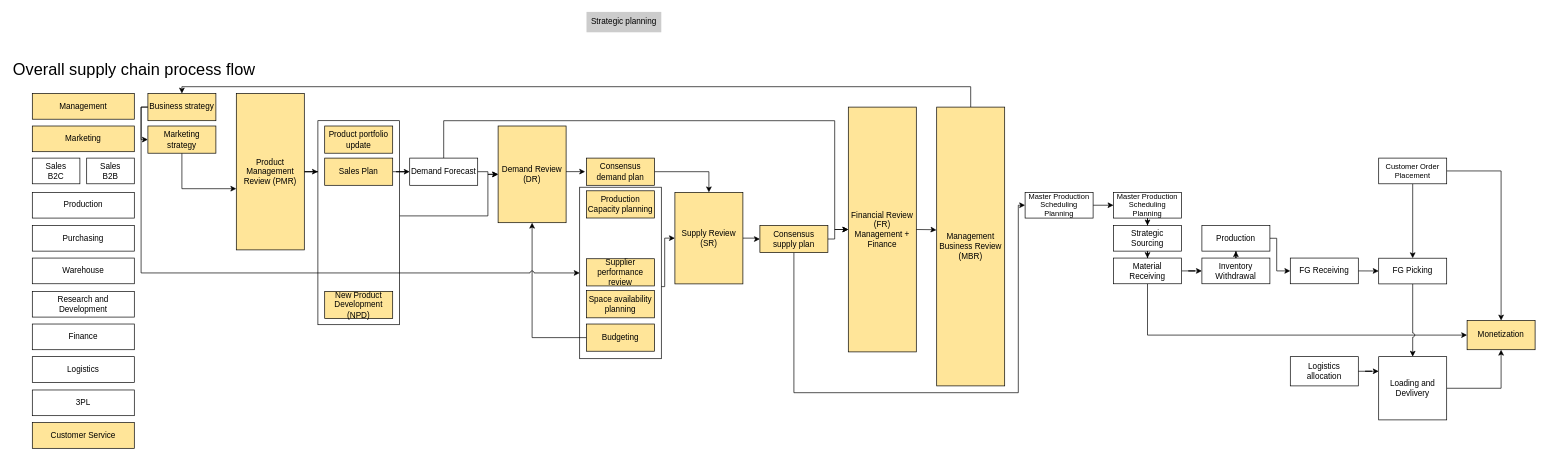
Above: page "Copy of Overall flow" (2 of 15) of E2E.drawio in pkppm-dev/Roy-s (draw.io), before the change. Source tidied: cells renumbered, new cells numbered last; positions are measured from the earlier drawing's top-left corner, leaving out a move shared by most shapes. Both pictures are drawn from the tidied source at 68%, with x=0, y=0 at pixel (12, 12).
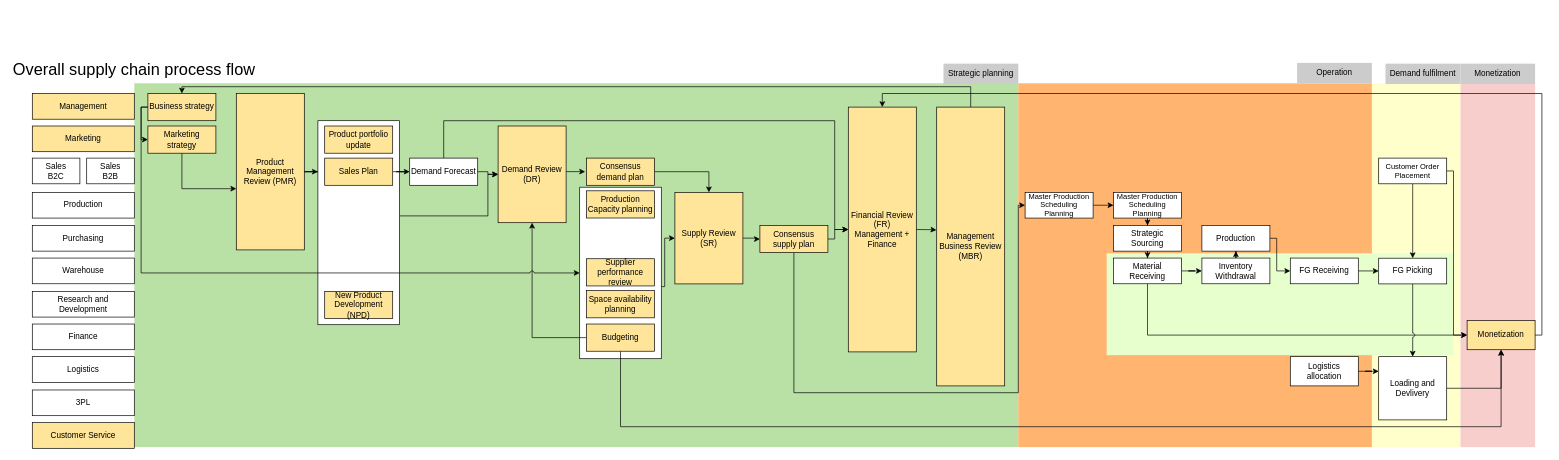
The same page after the edit.

The change refers to these unchanged cells:
```xml
<mxCell id="22" value="Budgeting" style="whiteSpace=wrap;html=1;rounded=0;strokeColor=default;align=center;verticalAlign=middle;fontFamily=Helvetica;fontSize=12;fontColor=default;fillColor=#FFE599;" parent="1" vertex="1">
  <mxGeometry x="845" y="459" width="100" height="40" as="geometry" />
</mxCell>
<mxCell id="29" value="Financial Review (FR)&lt;div&gt;Management + Finance&lt;/div&gt;" style="whiteSpace=wrap;html=1;rounded=0;strokeColor=default;align=center;verticalAlign=middle;fontFamily=Helvetica;fontSize=12;fontColor=default;fillColor=#FFE599;" parent="1" vertex="1">
  <mxGeometry x="1230" y="140" width="100" height="360" as="geometry" />
</mxCell>
<mxCell id="71" value="Customer Order Placement" style="whiteSpace=wrap;html=1;rounded=0;fillColor=#FFFFFF;fontSize=11;" parent="1" vertex="1">
  <mxGeometry x="2010" y="215" width="100" height="37.8" as="geometry" />
</mxCell>
<mxCell id="76" value="Monetization" style="whiteSpace=wrap;html=1;rounded=0;fillColor=#FFE599;" parent="1" vertex="1">
  <mxGeometry x="2140" y="453.8" width="100" height="43" as="geometry" />
</mxCell>
```

Change to the diagram source:
```diff
@@
+    <mxCell id="77" style="whiteSpace=wrap;html=1;rounded=0;fillColor=#B9E0A5;strokeColor=none;" parent="1" vertex="1">
+      <mxGeometry x="180" y="105" width="1300" height="535" as="geometry" />
+    </mxCell>
+    <mxCell id="78" style="whiteSpace=wrap;html=1;rounded=0;fillColor=#f8cecc;strokeColor=none;" parent="1" vertex="1">
+      <mxGeometry x="2130" y="106.1" width="110" height="533.9" as="geometry" />
+    </mxCell>
+    <mxCell id="79" style="whiteSpace=wrap;html=1;rounded=0;fillColor=#FFFFCC;strokeColor=none;" parent="1" vertex="1">
+      <mxGeometry x="2000" y="105" width="130" height="535" as="geometry" />
+    </mxCell>
+    <mxCell id="80" style="whiteSpace=wrap;html=1;rounded=0;fillColor=#FFB570;strokeColor=none;" parent="1" vertex="1">
+      <mxGeometry x="1480" y="105" width="520" height="535" as="geometry" />
+    </mxCell>
+    <mxCell id="81" style="whiteSpace=wrap;html=1;rounded=0;fillColor=#E6FFCC;strokeColor=none;" parent="1" vertex="1">
+      <mxGeometry x="1610" y="355" width="510" height="149.8" as="geometry" />
+    </mxCell>
@@
     <mxCell id="17" value="Strategic planning" style="text;html=1;align=center;verticalAlign=middle;whiteSpace=wrap;rounded=0;fontFamily=Helvetica;fontSize=12;fontColor=default;fillColor=#CCCCCC;" parent="1" vertex="1">
-      <mxGeometry x="845" width="110" height="30" as="geometry" />
+      <mxGeometry x="1370" y="76.1" width="110" height="30" as="geometry" />
     </mxCell>
@@
+    <mxCell id="82" style="edgeStyle=orthogonalEdgeStyle;rounded=0;jettySize=auto;html=1;entryX=0.5;entryY=1;entryDx=0;entryDy=0;" parent="1" edge="1" source="22" target="76">
+      <mxGeometry relative="1" as="geometry">
+        <Array as="points">
+          <mxPoint x="895" y="610" />
+          <mxPoint x="2190" y="610" />
+        </Array>
+      </mxGeometry>
+    </mxCell>
@@
-    <mxCell id="70" style="edgeStyle=orthogonalEdgeStyle;shape=connector;rounded=0;jumpStyle=arc;jettySize=auto;html=1;entryX=0.5;entryY=0;entryDx=0;entryDy=0;strokeColor=default;align=center;verticalAlign=middle;fontFamily=Helvetica;fontSize=11;fontColor=default;labelBackgroundColor=default;endArrow=classic;" parent="1" edge="1" source="71" target="76">
-      <mxGeometry relative="1" as="geometry" />
+    <mxCell id="70" style="edgeStyle=orthogonalEdgeStyle;shape=connector;rounded=0;jumpStyle=arc;jettySize=auto;html=1;entryX=0;entryY=0.5;entryDx=0;entryDy=0;strokeColor=default;align=center;verticalAlign=middle;fontFamily=Helvetica;fontSize=11;fontColor=default;labelBackgroundColor=default;endArrow=classic;" parent="1" edge="1" source="71" target="76">
+      <mxGeometry relative="1" as="geometry">
+        <Array as="points">
+          <mxPoint x="2120" y="234" />
+          <mxPoint x="2120" y="475" />
+        </Array>
+      </mxGeometry>
     </mxCell>
@@
+    <mxCell id="83" style="edgeStyle=orthogonalEdgeStyle;rounded=0;jettySize=auto;html=1;entryX=0.5;entryY=0;entryDx=0;entryDy=0;" parent="1" edge="1" source="76" target="29">
+      <mxGeometry relative="1" as="geometry">
+        <Array as="points">
+          <mxPoint x="2250" y="475" />
+          <mxPoint x="2250" y="120" />
+          <mxPoint x="1280" y="120" />
+        </Array>
+      </mxGeometry>
+    </mxCell>
@@
+    <mxCell id="84" value="Operation" style="text;html=1;align=center;verticalAlign=middle;whiteSpace=wrap;rounded=0;fontFamily=Helvetica;fontSize=12;fontColor=default;fillColor=#CCCCCC;" parent="1" vertex="1">
+      <mxGeometry x="1890" y="75" width="110" height="30" as="geometry" />
+    </mxCell>
+    <mxCell id="85" value="Demand fulfilment" style="text;html=1;align=center;verticalAlign=middle;whiteSpace=wrap;rounded=0;fontFamily=Helvetica;fontSize=12;fontColor=default;fillColor=#CCCCCC;" parent="1" vertex="1">
+      <mxGeometry x="2020" y="76.1" width="110" height="30" as="geometry" />
+    </mxCell>
+    <mxCell id="86" value="Monetization" style="text;html=1;align=center;verticalAlign=middle;whiteSpace=wrap;rounded=0;fontFamily=Helvetica;fontSize=12;fontColor=default;fillColor=#CCCCCC;" parent="1" vertex="1">
+      <mxGeometry x="2130" y="76.1" width="110" height="30" as="geometry" />
+    </mxCell>
```
